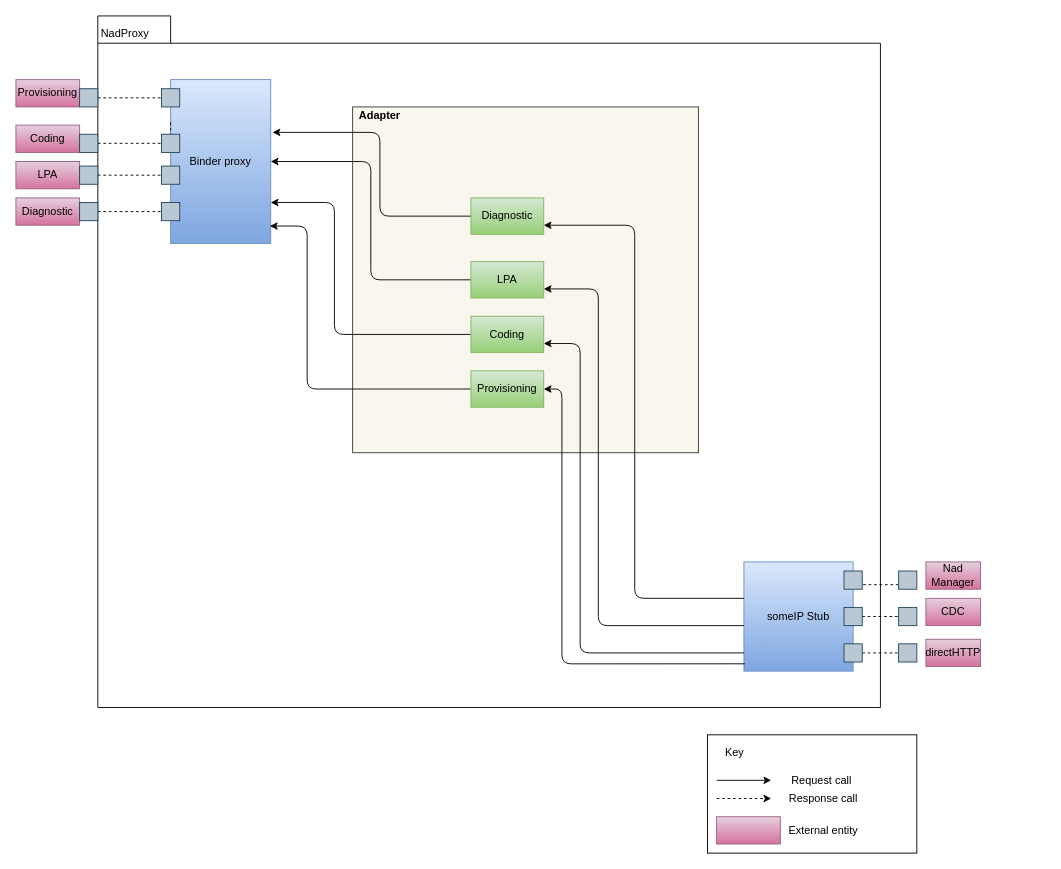
Earlier version of the draw.io diagram page "extensibilityoption2" (2 of 5) of doc/SA cert/Design/extensibility.drawio (taikt/codefun). Source tidied: cells renumbered, new cells numbered last; positions are measured from the earlier drawing's top-left corner, leaving out a move shared by most shapes. Both pictures are drawn from the tidied source at 91%, with x=0, y=0 at pixel (15, 15).
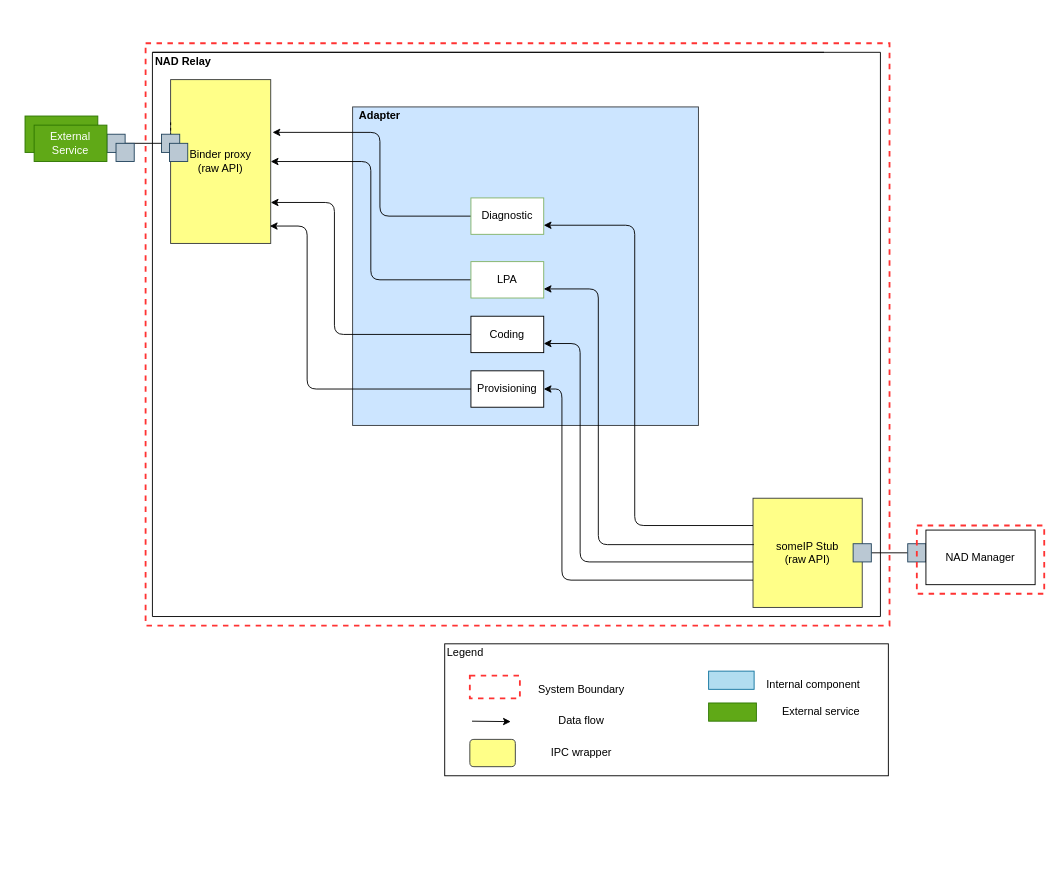
After the change.

Unchanged cells that the change refers to:
```xml
<mxCell id="31" style="whiteSpace=wrap;html=1;fillColor=#bac8d3;strokeColor=#23445d;" parent="1" vertex="1">
  <mxGeometry x="160" y="130" width="20" height="20" as="geometry" />
</mxCell>
```

Diff of the diagram source:
```diff
@@
-    <mxCell id="2" style="shape=folder;fontStyle=1;tabWidth=80;tabHeight=30;tabPosition=left;html=1;boundedLbl=1;fillColor=none;" parent="1" vertex="1">
-      <mxGeometry x="90" width="860" height="760" as="geometry" />
+    <mxCell id="2" style="shape=folder;fontStyle=1;tabWidth=860;tabHeight=0;tabPosition=left;html=1;boundedLbl=1;fillColor=none;" parent="1" vertex="1">
+      <mxGeometry x="150" y="40" width="800" height="620" as="geometry" />
     </mxCell>
-    <mxCell id="3" value="NadProxy" style="text;html=1;strokeColor=none;fillColor=none;align=center;verticalAlign=middle;whiteSpace=wrap;rounded=0;" parent="1" vertex="1">
-      <mxGeometry x="100" y="10" width="40" height="20" as="geometry" />
+    <mxCell id="3" value="&lt;b&gt;NAD Relay&lt;/b&gt;" style="text;html=1;strokeColor=none;fillColor=none;align=center;verticalAlign=middle;whiteSpace=wrap;rounded=0;" parent="1" vertex="1">
+      <mxGeometry x="143.8" y="40" width="80" height="20" as="geometry" />
     </mxCell>
-    <mxCell id="4" value="someIP Stub" style="rounded=0;whiteSpace=wrap;html=1;fillColor=#dae8fc;gradientColor=#7ea6e0;strokeColor=#6c8ebf;" parent="1" vertex="1">
-      <mxGeometry x="800" y="600" width="120" height="120" as="geometry" />
+    <mxCell id="4" value="someIP Stub&lt;br&gt;(raw API)" style="rounded=0;whiteSpace=wrap;html=1;fillColor=#ffff88;strokeColor=#36393d;" parent="1" vertex="1">
+      <mxGeometry x="810" y="530" width="120" height="120" as="geometry" />
     </mxCell>
-    <mxCell id="5" value="Provisioning" style="rounded=0;whiteSpace=wrap;html=1;fillColor=#e6d0de;strokeColor=#996185;gradientColor=#d5739d;" parent="1" vertex="1">
-      <mxGeometry y="70" width="70" height="30" as="geometry" />
-    </mxCell>
-    <mxCell id="6" value="Nad Manager" style="rounded=0;whiteSpace=wrap;html=1;fillColor=#e6d0de;strokeColor=#996185;gradientColor=#d5739d;" parent="1" vertex="1">
-      <mxGeometry x="1000" y="600" width="60" height="30" as="geometry" />
-    </mxCell>
-    <mxCell id="7" value="Coding" style="rounded=0;whiteSpace=wrap;html=1;fillColor=#e6d0de;strokeColor=#996185;gradientColor=#d5739d;" parent="1" vertex="1">
-      <mxGeometry y="120" width="70" height="30" as="geometry" />
-    </mxCell>
-    <mxCell id="8" value="LPA" style="rounded=0;whiteSpace=wrap;html=1;fillColor=#e6d0de;strokeColor=#996185;gradientColor=#d5739d;" parent="1" vertex="1">
-      <mxGeometry y="160" width="70" height="30" as="geometry" />
-    </mxCell>
-    <mxCell id="9" value="Binder proxy" style="rounded=0;whiteSpace=wrap;html=1;fillColor=#dae8fc;gradientColor=#7ea6e0;strokeColor=#6c8ebf;" parent="1" vertex="1">
+    <mxCell id="9" value="Binder proxy&lt;br&gt;(raw API)" style="rounded=0;whiteSpace=wrap;html=1;fillColor=#ffff88;strokeColor=#36393d;" parent="1" vertex="1">
       <mxGeometry x="170" y="70" width="110" height="180" as="geometry" />
     </mxCell>
-    <mxCell id="10" value="Diagnostic" style="rounded=0;whiteSpace=wrap;html=1;fillColor=#e6d0de;strokeColor=#996185;gradientColor=#d5739d;" parent="1" vertex="1">
-      <mxGeometry y="200" width="70" height="30" as="geometry" />
-    </mxCell>
-    <mxCell id="11" style="rounded=0;whiteSpace=wrap;html=1;fillColor=none;gradientColor=none;" parent="1" vertex="1">
-      <mxGeometry x="760" y="790" width="230" height="130" as="geometry" />
-    </mxCell>
-    <mxCell id="12" value="Key" style="text;html=1;strokeColor=none;fillColor=none;align=center;verticalAlign=middle;whiteSpace=wrap;rounded=0;" parent="1" vertex="1">
-      <mxGeometry x="770" y="800" width="40" height="20" as="geometry" />
-    </mxCell>
-    <mxCell id="13" style="endArrow=classic;html=1;rounded=0;" parent="1" edge="1">
-      <mxGeometry relative="1" as="geometry">
-        <mxPoint x="770" y="840" as="sourcePoint" />
-        <mxPoint x="830" y="840" as="targetPoint" />
-      </mxGeometry>
-    </mxCell>
-    <mxCell id="14" value="Request call" style="text;html=1;strokeColor=none;fillColor=none;align=center;verticalAlign=middle;whiteSpace=wrap;rounded=0;" parent="1" vertex="1">
-      <mxGeometry x="843" y="830" width="85" height="20" as="geometry" />
-    </mxCell>
-    <mxCell id="15" style="endArrow=classic;html=1;dashed=1;" parent="1" edge="1">
-      <mxGeometry relative="1" as="geometry">
-        <mxPoint x="770" y="860" as="sourcePoint" />
-        <mxPoint x="830" y="860" as="targetPoint" />
-      </mxGeometry>
-    </mxCell>
-    <mxCell id="16" value="Response call" style="text;html=1;strokeColor=none;fillColor=none;align=center;verticalAlign=middle;whiteSpace=wrap;rounded=0;" parent="1" vertex="1">
-      <mxGeometry x="845" y="850" width="85" height="20" as="geometry" />
-    </mxCell>
-    <mxCell id="17" style="rounded=0;whiteSpace=wrap;html=1;fillColor=#e6d0de;strokeColor=#996185;gradientColor=#d5739d;" parent="1" vertex="1">
-      <mxGeometry x="770" y="880" width="70" height="30" as="geometry" />
-    </mxCell>
-    <mxCell id="18" value="External entity" style="text;html=1;strokeColor=none;fillColor=none;align=center;verticalAlign=middle;whiteSpace=wrap;rounded=0;" parent="1" vertex="1">
-      <mxGeometry x="845" y="885" width="85" height="20" as="geometry" />
-    </mxCell>
-    <mxCell id="19" style="whiteSpace=wrap;html=1;fillColor=#bac8d3;strokeColor=#23445d;" parent="1" vertex="1">
-      <mxGeometry x="910" y="610" width="20" height="20" as="geometry" />
-    </mxCell>
-    <mxCell id="20" style="edgeStyle=orthogonalEdgeStyle;rounded=0;jettySize=auto;html=1;exitX=0;exitY=0.75;exitDx=0;exitDy=0;entryX=1;entryY=0.75;entryDx=0;entryDy=0;strokeColor=#000000;dashed=1;endArrow=none;endFill=0;" parent="1" edge="1" source="21" target="19">
-      <mxGeometry relative="1" as="geometry" />
-    </mxCell>
-    <mxCell id="21" style="whiteSpace=wrap;html=1;fillColor=#bac8d3;strokeColor=#23445d;" parent="1" vertex="1">
-      <mxGeometry x="970" y="610" width="20" height="20" as="geometry" />
-    </mxCell>
-    <mxCell id="22" style="edgeStyle=orthogonalEdgeStyle;rounded=0;jettySize=auto;html=1;exitX=1;exitY=0.5;exitDx=0;exitDy=0;entryX=0;entryY=0.5;entryDx=0;entryDy=0;endArrow=none;endFill=0;strokeColor=#000000;dashed=1;" parent="1" edge="1" source="23" target="24">
+    <mxCell id="22" style="edgeStyle=orthogonalEdgeStyle;rounded=0;jettySize=auto;html=1;exitX=1;exitY=0.5;exitDx=0;exitDy=0;entryX=0;entryY=0.5;entryDx=0;entryDy=0;endArrow=none;endFill=0;strokeColor=#000000;" parent="1" edge="1" source="23" target="24">
       <mxGeometry relative="1" as="geometry" />
     </mxCell>
     <mxCell id="23" style="whiteSpace=wrap;html=1;fillColor=#bac8d3;strokeColor=#23445d;" parent="1" vertex="1">
-      <mxGeometry x="910" y="650" width="20" height="20" as="geometry" />
+      <mxGeometry x="920" y="580" width="20" height="20" as="geometry" />
     </mxCell>
     <mxCell id="24" style="whiteSpace=wrap;html=1;fillColor=#bac8d3;strokeColor=#23445d;" parent="1" vertex="1">
-      <mxGeometry x="970" y="650" width="20" height="20" as="geometry" />
+      <mxGeometry x="980" y="580" width="20" height="20" as="geometry" />
     </mxCell>
-    <mxCell id="25" style="edgeStyle=orthogonalEdgeStyle;rounded=0;jettySize=auto;html=1;exitX=1;exitY=0.5;exitDx=0;exitDy=0;entryX=0;entryY=0.5;entryDx=0;entryDy=0;dashed=1;endArrow=none;endFill=0;strokeColor=#000000;" parent="1" edge="1" source="26" target="27">
-      <mxGeometry relative="1" as="geometry" />
-    </mxCell>
-    <mxCell id="26" style="whiteSpace=wrap;html=1;fillColor=#bac8d3;strokeColor=#23445d;" parent="1" vertex="1">
-      <mxGeometry x="70" y="80" width="20" height="20" as="geometry" />
-    </mxCell>
-    <mxCell id="27" style="whiteSpace=wrap;html=1;fillColor=#bac8d3;strokeColor=#23445d;" parent="1" vertex="1">
-      <mxGeometry x="160" y="80" width="20" height="20" as="geometry" />
-    </mxCell>
-    <mxCell id="28" style="edgeStyle=orthogonalEdgeStyle;rounded=0;jettySize=auto;html=1;exitX=1;exitY=0.5;exitDx=0;exitDy=0;entryX=0;entryY=0.5;entryDx=0;entryDy=0;dashed=1;endArrow=none;endFill=0;strokeColor=#000000;" parent="1" edge="1" source="29" target="31">
-      <mxGeometry relative="1" as="geometry" />
-    </mxCell>
-    <mxCell id="29" style="whiteSpace=wrap;html=1;fillColor=#bac8d3;strokeColor=#23445d;" parent="1" vertex="1">
-      <mxGeometry x="70" y="130" width="20" height="20" as="geometry" />
-    </mxCell>
@@
-    <mxCell id="32" style="edgeStyle=orthogonalEdgeStyle;rounded=0;jettySize=auto;html=1;exitX=1;exitY=0.5;exitDx=0;exitDy=0;entryX=0;entryY=0.5;entryDx=0;entryDy=0;dashed=1;endArrow=none;endFill=0;strokeColor=#000000;" parent="1" edge="1" source="33" target="34">
-      <mxGeometry relative="1" as="geometry" />
-    </mxCell>
-    <mxCell id="33" style="whiteSpace=wrap;html=1;fillColor=#bac8d3;strokeColor=#23445d;" parent="1" vertex="1">
-      <mxGeometry x="70" y="165" width="20" height="20" as="geometry" />
-    </mxCell>
-    <mxCell id="34" style="whiteSpace=wrap;html=1;fillColor=#bac8d3;strokeColor=#23445d;" parent="1" vertex="1">
-      <mxGeometry x="160" y="165" width="20" height="20" as="geometry" />
-    </mxCell>
-    <mxCell id="35" style="edgeStyle=orthogonalEdgeStyle;rounded=0;jettySize=auto;html=1;exitX=1;exitY=0.5;exitDx=0;exitDy=0;entryX=0;entryY=0.5;entryDx=0;entryDy=0;dashed=1;endArrow=none;endFill=0;strokeColor=#000000;" parent="1" edge="1" source="36" target="37">
-      <mxGeometry relative="1" as="geometry" />
-    </mxCell>
-    <mxCell id="36" style="whiteSpace=wrap;html=1;fillColor=#bac8d3;strokeColor=#23445d;" parent="1" vertex="1">
-      <mxGeometry x="70" y="205" width="20" height="20" as="geometry" />
-    </mxCell>
-    <mxCell id="37" style="whiteSpace=wrap;html=1;fillColor=#bac8d3;strokeColor=#23445d;" parent="1" vertex="1">
-      <mxGeometry x="160" y="205" width="20" height="20" as="geometry" />
-    </mxCell>
-    <mxCell id="38" style="edgeStyle=orthogonalEdgeStyle;rounded=0;jettySize=auto;html=1;exitX=1;exitY=0.5;exitDx=0;exitDy=0;dashed=1;endArrow=none;endFill=0;strokeColor=#000000;" parent="1" edge="1" source="39" target="40">
-      <mxGeometry relative="1" as="geometry" />
-    </mxCell>
-    <mxCell id="39" style="whiteSpace=wrap;html=1;fillColor=#bac8d3;strokeColor=#23445d;" parent="1" vertex="1">
-      <mxGeometry x="910" y="690" width="20" height="20" as="geometry" />
-    </mxCell>
-    <mxCell id="40" style="whiteSpace=wrap;html=1;fillColor=#bac8d3;strokeColor=#23445d;" parent="1" vertex="1">
-      <mxGeometry x="970" y="690" width="20" height="20" as="geometry" />
-    </mxCell>
-    <mxCell id="41" value="CDC" style="rounded=0;whiteSpace=wrap;html=1;fillColor=#e6d0de;strokeColor=#996185;gradientColor=#d5739d;" parent="1" vertex="1">
-      <mxGeometry x="1000" y="640" width="60" height="30" as="geometry" />
-    </mxCell>
-    <mxCell id="42" value="directHTTP" style="rounded=0;whiteSpace=wrap;html=1;fillColor=#e6d0de;strokeColor=#996185;gradientColor=#d5739d;" parent="1" vertex="1">
-      <mxGeometry x="1000" y="685" width="60" height="30" as="geometry" />
-    </mxCell>
-    <mxCell id="43" style="rounded=0;whiteSpace=wrap;html=1;strokeColor=#36393d;fillColor=#f9f7ed;" parent="1" vertex="1">
-      <mxGeometry x="370" y="100" width="380" height="380" as="geometry" />
+    <mxCell id="43" style="rounded=0;whiteSpace=wrap;html=1;strokeColor=#36393d;fillColor=#cce5ff;" parent="1" vertex="1">
+      <mxGeometry x="370" y="100" width="380" height="350" as="geometry" />
     </mxCell>
@@
-    <mxCell id="45" style="edgeStyle=orthogonalEdgeStyle;jettySize=auto;html=1;exitX=1;exitY=0.5;exitDx=0;exitDy=0;entryX=0.008;entryY=0.933;entryDx=0;entryDy=0;strokeWidth=1;rounded=1;endArrow=none;endFill=0;startArrow=classic;startFill=1;entryPerimeter=0;" parent="1" edge="1" source="47" target="4">
+    <mxCell id="45" style="edgeStyle=orthogonalEdgeStyle;jettySize=auto;html=1;exitX=1;exitY=0.5;exitDx=0;exitDy=0;entryX=0;entryY=0.75;entryDx=0;entryDy=0;strokeWidth=1;rounded=1;endArrow=none;endFill=0;startArrow=classic;startFill=1;" parent="1" edge="1" source="47" target="4">
       <mxGeometry relative="1" as="geometry">
         <Array as="points">
           <mxPoint x="600" y="410" />
-          <mxPoint x="600" y="712" />
+          <mxPoint x="600" y="620" />
         </Array>
       </mxGeometry>
     </mxCell>
@@
-    <mxCell id="47" value="Provisioning" style="rounded=0;whiteSpace=wrap;html=1;strokeColor=#82b366;fillColor=#d5e8d4;gradientColor=#97d077;" parent="1" vertex="1">
+    <mxCell id="47" value="Provisioning" style="rounded=0;whiteSpace=wrap;html=1;" parent="1" vertex="1">
       <mxGeometry x="500" y="390" width="80" height="40" as="geometry" />
     </mxCell>
@@
-    <mxCell id="49" value="Coding" style="rounded=0;whiteSpace=wrap;html=1;strokeColor=#82b366;fillColor=#d5e8d4;gradientColor=#97d077;" parent="1" vertex="1">
+    <mxCell id="49" value="Coding" style="rounded=0;whiteSpace=wrap;html=1;" parent="1" vertex="1">
       <mxGeometry x="500" y="330" width="80" height="40" as="geometry" />
     </mxCell>
@@
-    <mxCell id="51" value="LPA" style="rounded=0;whiteSpace=wrap;html=1;strokeColor=#82b366;fillColor=#d5e8d4;gradientColor=#97d077;" parent="1" vertex="1">
+    <mxCell id="51" value="LPA" style="rounded=0;whiteSpace=wrap;html=1;strokeColor=#82b366;fillColor=#FFFFFF;gradientColor=none;" parent="1" vertex="1">
       <mxGeometry x="500" y="270" width="80" height="40" as="geometry" />
     </mxCell>
@@
-    <mxCell id="53" value="Diagnostic" style="rounded=0;whiteSpace=wrap;html=1;strokeColor=#82b366;fillColor=#d5e8d4;gradientColor=#97d077;" parent="1" vertex="1">
+    <mxCell id="53" value="Diagnostic" style="rounded=0;whiteSpace=wrap;html=1;strokeColor=#82b366;fillColor=#FFFFFF;gradientColor=none;" parent="1" vertex="1">
       <mxGeometry x="500" y="200" width="80" height="40" as="geometry" />
     </mxCell>
-    <mxCell id="54" style="edgeStyle=orthogonalEdgeStyle;rounded=1;orthogonalLoop=1;jettySize=auto;html=1;exitX=0;exitY=0.75;exitDx=0;exitDy=0;entryX=1;entryY=0.5;entryDx=0;entryDy=0;startArrow=none;startFill=0;endArrow=classic;endFill=1;strokeWidth=1;" parent="1" edge="1">
+    <mxCell id="54" style="edgeStyle=orthogonalEdgeStyle;rounded=1;orthogonalLoop=1;jettySize=auto;html=1;entryX=1;entryY=0.5;entryDx=0;entryDy=0;startArrow=none;startFill=0;endArrow=classic;endFill=1;strokeWidth=1;" parent="1" edge="1">
       <mxGeometry relative="1" as="geometry">
-        <mxPoint x="800" y="700" as="sourcePoint" />
+        <mxPoint x="810" y="600" as="sourcePoint" />
         <mxPoint x="580" y="360" as="targetPoint" />
         <Array as="points">
-          <mxPoint x="620" y="700" />
+          <mxPoint x="620" y="600" />
           <mxPoint x="620" y="360" />
         </Array>
       </mxGeometry>
     </mxCell>
-    <mxCell id="55" style="edgeStyle=orthogonalEdgeStyle;rounded=1;orthogonalLoop=1;jettySize=auto;html=1;exitX=0;exitY=0.5;exitDx=0;exitDy=0;entryX=1;entryY=0.5;entryDx=0;entryDy=0;startArrow=none;startFill=0;endArrow=classic;endFill=1;strokeWidth=1;" parent="1" edge="1">
+    <mxCell id="55" style="edgeStyle=orthogonalEdgeStyle;rounded=1;jettySize=auto;html=1;exitX=0.008;exitY=0.425;exitDx=0;exitDy=0;entryX=1;entryY=0.5;entryDx=0;entryDy=0;startArrow=none;startFill=0;endArrow=classic;endFill=1;strokeWidth=1;exitPerimeter=0;" parent="1" edge="1" source="4">
       <mxGeometry relative="1" as="geometry">
-        <mxPoint x="800" y="670" as="sourcePoint" />
         <mxPoint x="580" y="300" as="targetPoint" />
         <Array as="points">
-          <mxPoint x="640" y="670" />
+          <mxPoint x="640" y="581" />
           <mxPoint x="640" y="300" />
         </Array>
       </mxGeometry>
     </mxCell>
-    <mxCell id="56" style="edgeStyle=orthogonalEdgeStyle;rounded=1;orthogonalLoop=1;jettySize=auto;html=1;exitX=0;exitY=0.25;exitDx=0;exitDy=0;entryX=1;entryY=0.5;entryDx=0;entryDy=0;startArrow=none;startFill=0;endArrow=classic;endFill=1;strokeWidth=1;" parent="1" edge="1">
+    <mxCell id="56" style="edgeStyle=orthogonalEdgeStyle;rounded=1;jettySize=auto;html=1;exitX=0;exitY=0.25;exitDx=0;exitDy=0;entryX=1;entryY=0.5;entryDx=0;entryDy=0;startArrow=none;startFill=0;endArrow=classic;endFill=1;strokeWidth=1;" parent="1" edge="1" source="4">
       <mxGeometry relative="1" as="geometry">
-        <mxPoint x="800" y="640" as="sourcePoint" />
         <mxPoint x="580" y="230" as="targetPoint" />
         <Array as="points">
-          <mxPoint x="680" y="640" />
+          <mxPoint x="680" y="560" />
           <mxPoint x="680" y="230" />
         </Array>
       </mxGeometry>
     </mxCell>
+    <mxCell id="57" style="rounded=0;whiteSpace=wrap;html=1;" parent="1" vertex="1">
+      <mxGeometry x="471.2" y="690" width="487.5" height="145" as="geometry" />
+    </mxCell>
+    <mxCell id="58" value="Legend" style="text;html=1;strokeColor=none;fillColor=none;align=center;verticalAlign=middle;whiteSpace=wrap;rounded=0;" parent="1" vertex="1">
+      <mxGeometry x="458.8" y="690" width="70" height="20" as="geometry" />
+    </mxCell>
+    <mxCell id="59" style="endArrow=classic;html=1;rounded=0;" parent="1" edge="1">
+      <mxGeometry relative="1" as="geometry">
+        <mxPoint x="501.2" y="775" as="sourcePoint" />
+        <mxPoint x="543.8" y="775.5" as="targetPoint" />
+      </mxGeometry>
+    </mxCell>
+    <mxCell id="60" value="System Boundary" style="text;html=1;strokeColor=none;fillColor=none;align=center;verticalAlign=middle;whiteSpace=wrap;rounded=0;" parent="1" vertex="1">
+      <mxGeometry x="568.8" y="725" width="105" height="30" as="geometry" />
+    </mxCell>
+    <mxCell id="61" value="Data flow" style="text;html=1;strokeColor=none;fillColor=none;align=center;verticalAlign=middle;whiteSpace=wrap;rounded=0;" parent="1" vertex="1">
+      <mxGeometry x="568.8" y="760" width="105" height="30" as="geometry" />
+    </mxCell>
+    <mxCell id="62" style="rounded=1;whiteSpace=wrap;html=1;fillColor=#ffff88;strokeColor=#36393d;" parent="1" vertex="1">
+      <mxGeometry x="498.8" y="795" width="50" height="30" as="geometry" />
+    </mxCell>
+    <mxCell id="63" value="IPC wrapper" style="text;html=1;strokeColor=none;fillColor=none;align=center;verticalAlign=middle;whiteSpace=wrap;rounded=0;" parent="1" vertex="1">
+      <mxGeometry x="538.8" y="795" width="165" height="30" as="geometry" />
+    </mxCell>
+    <mxCell id="64" style="rounded=0;whiteSpace=wrap;html=1;fillColor=#60a917;strokeColor=#2D7600;fontColor=#ffffff;" parent="1" vertex="1">
+      <mxGeometry x="761.2" y="755" width="52.5" height="20" as="geometry" />
+    </mxCell>
+    <mxCell id="65" value="External service" style="text;html=1;strokeColor=none;fillColor=none;align=center;verticalAlign=middle;whiteSpace=wrap;rounded=0;" parent="1" vertex="1">
+      <mxGeometry x="810" y="750" width="150" height="30" as="geometry" />
+    </mxCell>
+    <mxCell id="66" value="Internal component" style="text;html=1;strokeColor=none;fillColor=none;align=center;verticalAlign=middle;whiteSpace=wrap;rounded=0;" parent="1" vertex="1">
+      <mxGeometry x="823.8" y="720" width="105" height="30" as="geometry" />
+    </mxCell>
+    <mxCell id="67" style="rounded=0;whiteSpace=wrap;html=1;fillColor=none;gradientColor=#ffffff;dashed=1;strokeWidth=2;strokeColor=#FF3333;" parent="1" vertex="1">
+      <mxGeometry x="498.8" y="725" width="55" height="25" as="geometry" />
+    </mxCell>
+    <mxCell id="68" style="edgeStyle=orthogonalEdgeStyle;rounded=0;jettySize=auto;html=1;exitX=1;exitY=0.5;exitDx=0;exitDy=0;entryX=0;entryY=0.5;entryDx=0;entryDy=0;endArrow=none;endFill=0;" parent="1" edge="1" source="69" target="31">
+      <mxGeometry relative="1" as="geometry" />
+    </mxCell>
+    <mxCell id="69" style="whiteSpace=wrap;html=1;fillColor=#bac8d3;strokeColor=#23445d;" parent="1" vertex="1">
+      <mxGeometry x="100" y="130" width="20" height="20" as="geometry" />
+    </mxCell>
+    <mxCell id="70" style="whiteSpace=wrap;html=1;fillColor=#bac8d3;strokeColor=#23445d;" parent="1" vertex="1">
+      <mxGeometry x="168.8" y="140" width="20" height="20" as="geometry" />
+    </mxCell>
+    <mxCell id="71" style="rounded=0;whiteSpace=wrap;html=1;fillColor=#60a917;strokeColor=#2D7600;fontColor=#ffffff;" parent="1" vertex="1">
+      <mxGeometry x="10" y="110" width="80" height="40" as="geometry" />
+    </mxCell>
+    <mxCell id="72" value="NAD Manager" style="rounded=0;whiteSpace=wrap;html=1;" parent="1" vertex="1">
+      <mxGeometry x="1000" y="565" width="120" height="60" as="geometry" />
+    </mxCell>
+    <mxCell id="73" style="rounded=0;whiteSpace=wrap;html=1;fillColor=none;gradientColor=#ffffff;dashed=1;strokeWidth=2;strokeColor=#FF3333;" parent="1" vertex="1">
+      <mxGeometry x="990" y="560" width="140" height="75" as="geometry" />
+    </mxCell>
+    <mxCell id="74" value="External Service" style="rounded=0;whiteSpace=wrap;html=1;fillColor=#60a917;strokeColor=#2D7600;fontColor=#ffffff;" parent="1" vertex="1">
+      <mxGeometry x="20" y="120" width="80" height="40" as="geometry" />
+    </mxCell>
+    <mxCell id="75" style="whiteSpace=wrap;html=1;fillColor=#bac8d3;strokeColor=#23445d;" parent="1" vertex="1">
+      <mxGeometry x="110" y="140" width="20" height="20" as="geometry" />
+    </mxCell>
+    <mxCell id="76" style="rounded=0;whiteSpace=wrap;html=1;fillColor=none;gradientColor=#ffffff;dashed=1;strokeWidth=2;strokeColor=#FF3333;" parent="1" vertex="1">
+      <mxGeometry x="142.5" y="30" width="817.5" height="640" as="geometry" />
+    </mxCell>
+    <mxCell id="77" style="rounded=0;whiteSpace=wrap;html=1;fillColor=#b1ddf0;strokeColor=#10739e;" parent="1" vertex="1">
+      <mxGeometry x="761.2" y="720" width="50" height="20" as="geometry" />
+    </mxCell>
```
